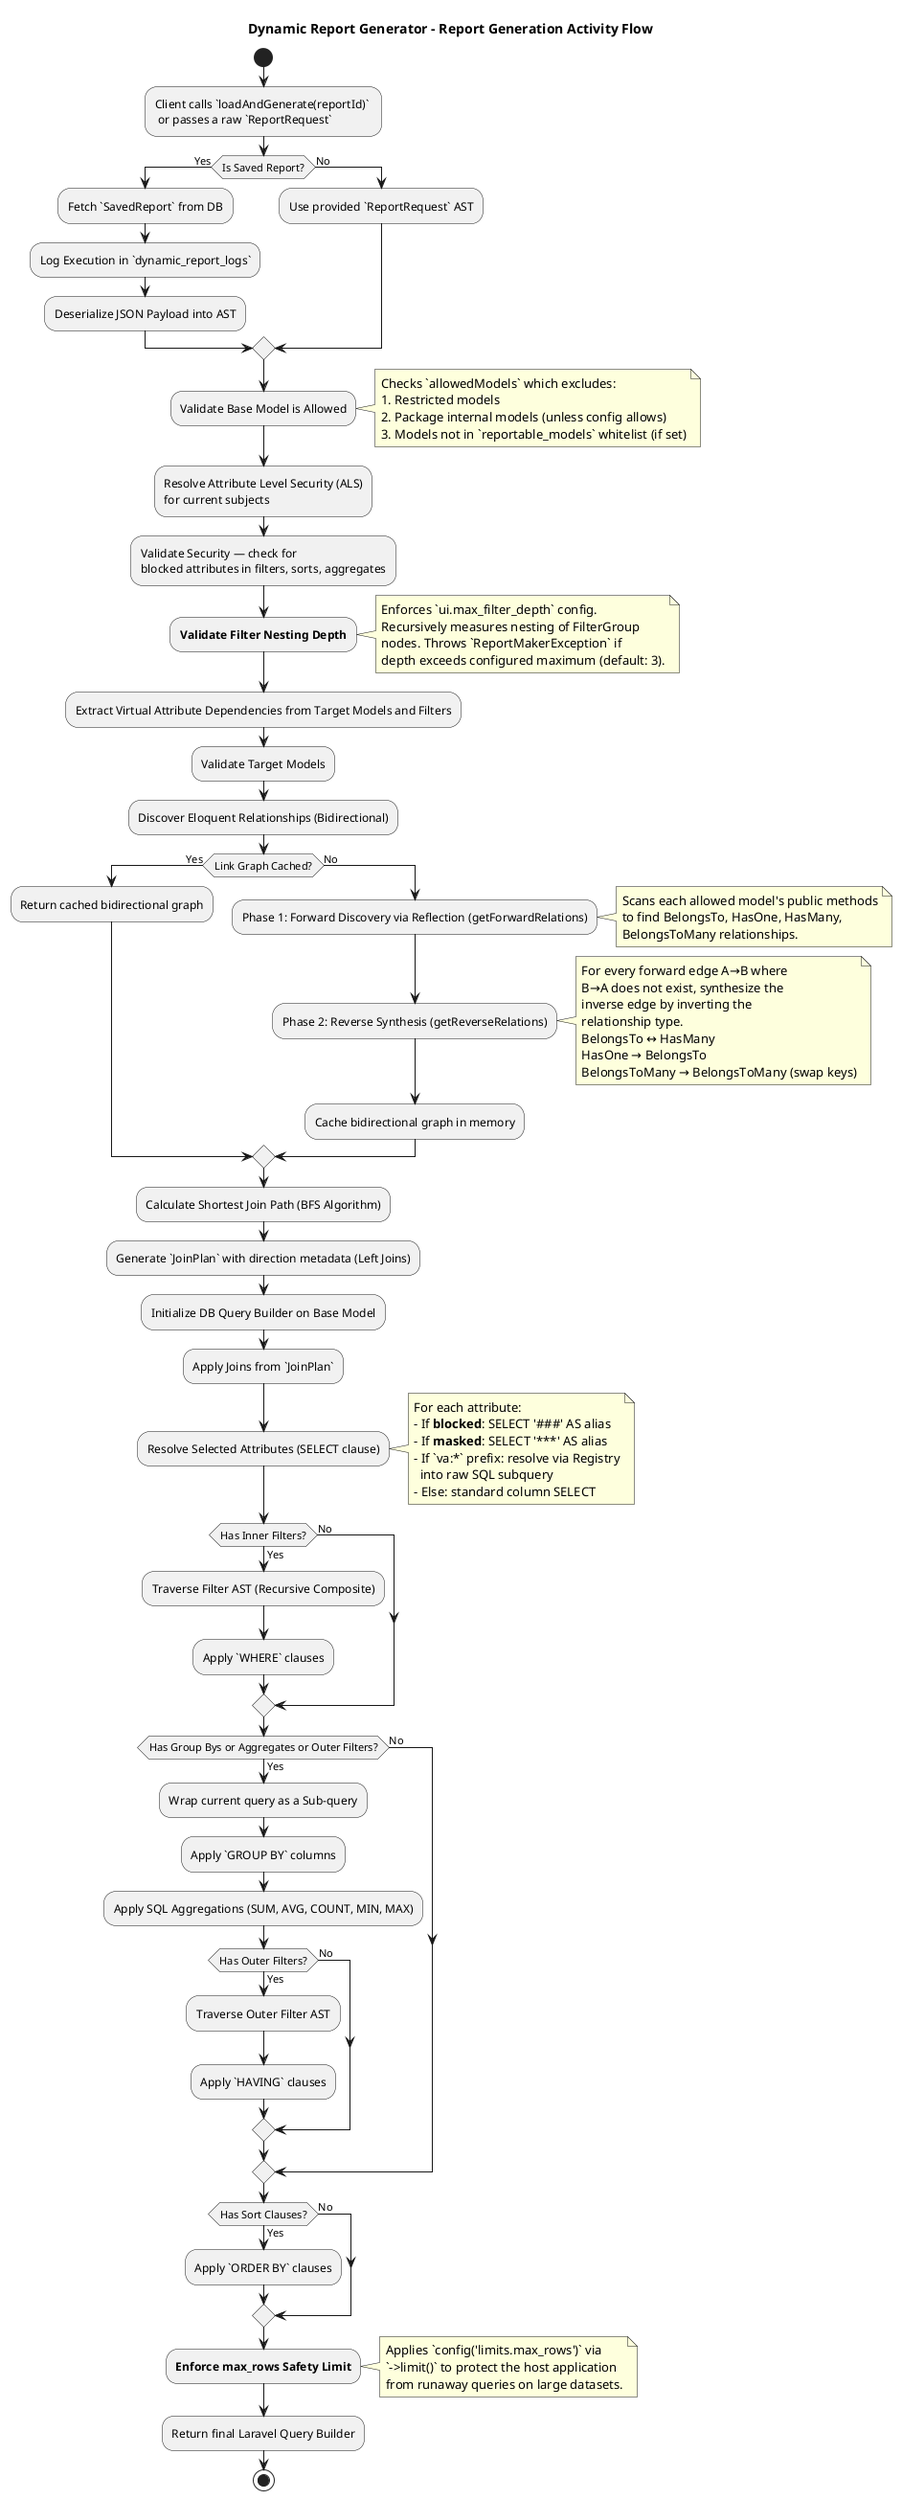
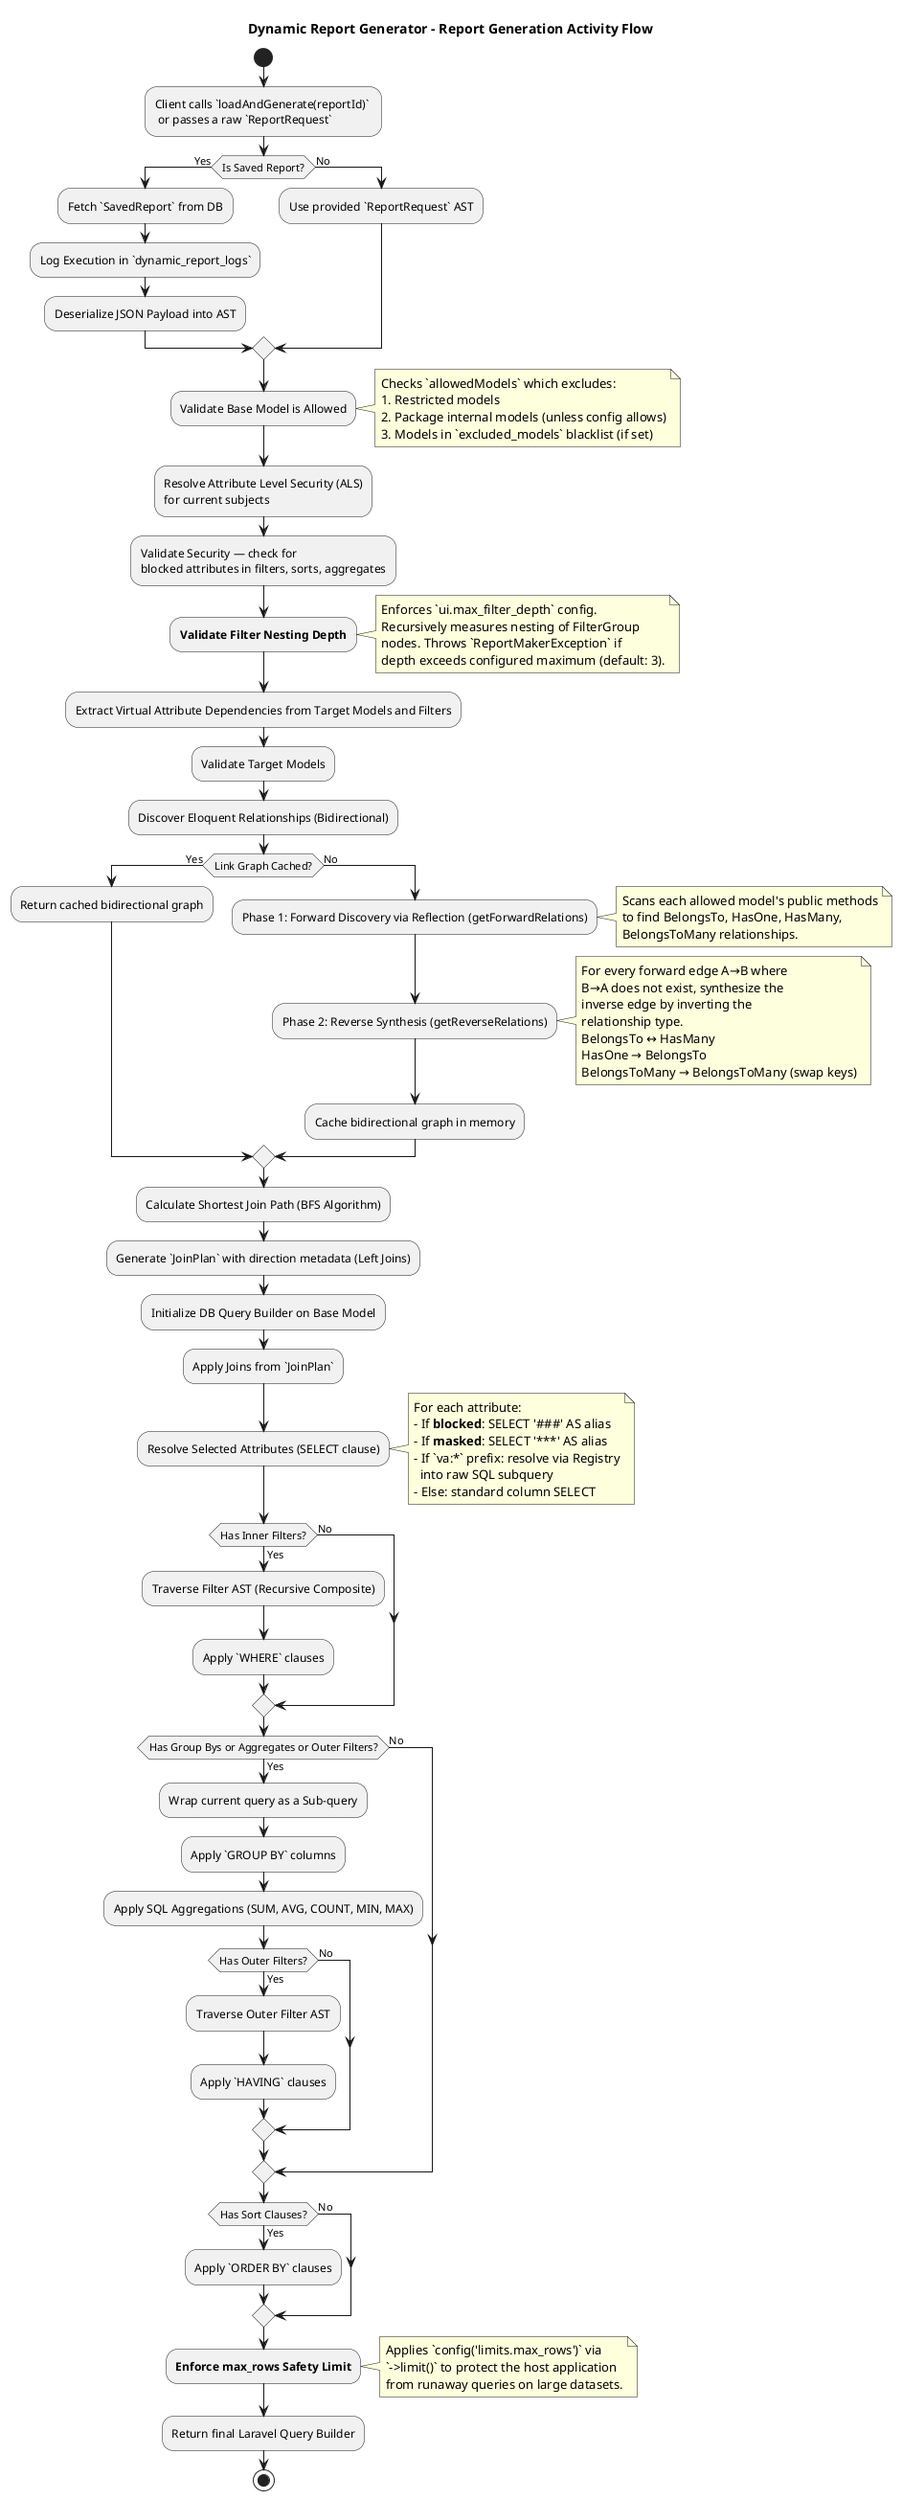
@startuml Activity Diagram
title Dynamic Report Generator - Report Generation Activity Flow

start

:Client calls `loadAndGenerate(reportId)` \n or passes a raw `ReportRequest`;

if (Is Saved Report?) then (Yes)
  :Fetch `SavedReport` from DB;
  :Log Execution in `dynamic_report_logs`;
  :Deserialize JSON Payload into AST;
else (No)
  :Use provided `ReportRequest` AST;
endif

:Validate Base Model is Allowed;
note right
  Checks `allowedModels` which excludes:
  1. Restricted models
  2. Package internal models (unless config allows)
-   3. Models not in `reportable_models` whitelist (if set)
+   3. Models in `excluded_models` blacklist (if set)
end note

:Resolve Attribute Level Security (ALS)\nfor current subjects;

:Validate Security — check for\nblocked attributes in filters, sorts, aggregates;

:**Validate Filter Nesting Depth**;
note right
  Enforces `ui.max_filter_depth` config.
  Recursively measures nesting of FilterGroup
  nodes. Throws `ReportMakerException` if
  depth exceeds configured maximum (default: 3).
end note

:Extract Virtual Attribute Dependencies from Target Models and Filters;
:Validate Target Models;

:Discover Eloquent Relationships (Bidirectional);

if (Link Graph Cached?) then (Yes)
  :Return cached bidirectional graph;
else (No)
  :Phase 1: Forward Discovery via Reflection (getForwardRelations);
  note right
    Scans each allowed model's public methods
    to find BelongsTo, HasOne, HasMany,
    BelongsToMany relationships.
  end note
  :Phase 2: Reverse Synthesis (getReverseRelations);
  note right
    For every forward edge A→B where
    B→A does not exist, synthesize the
    inverse edge by inverting the
    relationship type.
    BelongsTo ↔ HasMany
    HasOne → BelongsTo
    BelongsToMany → BelongsToMany (swap keys)
  end note
  :Cache bidirectional graph in memory;
endif

:Calculate Shortest Join Path (BFS Algorithm);
:Generate `JoinPlan` with direction metadata (Left Joins);

:Initialize DB Query Builder on Base Model;
:Apply Joins from `JoinPlan`;

:Resolve Selected Attributes (SELECT clause);
note right
  For each attribute:
  - If **blocked**: SELECT '###' AS alias
  - If **masked**: SELECT '***' AS alias
  - If `va:*` prefix: resolve via Registry
    into raw SQL subquery
  - Else: standard column SELECT
end note

if (Has Inner Filters?) then (Yes)
  :Traverse Filter AST (Recursive Composite);
  :Apply `WHERE` clauses;
else (No)
endif

if (Has Group Bys or Aggregates or Outer Filters?) then (Yes)
  :Wrap current query as a Sub-query;
  :Apply `GROUP BY` columns;
  :Apply SQL Aggregations (SUM, AVG, COUNT, MIN, MAX);

  if (Has Outer Filters?) then (Yes)
    :Traverse Outer Filter AST;
    :Apply `HAVING` clauses;
  else (No)
  endif
else (No)
endif

if (Has Sort Clauses?) then (Yes)
  :Apply `ORDER BY` clauses;
else (No)
endif

:**Enforce max_rows Safety Limit**;
note right
  Applies `config('limits.max_rows')` via
  `->limit()` to protect the host application
  from runaway queries on large datasets.
end note

:Return final Laravel Query Builder;

stop

@enduml
